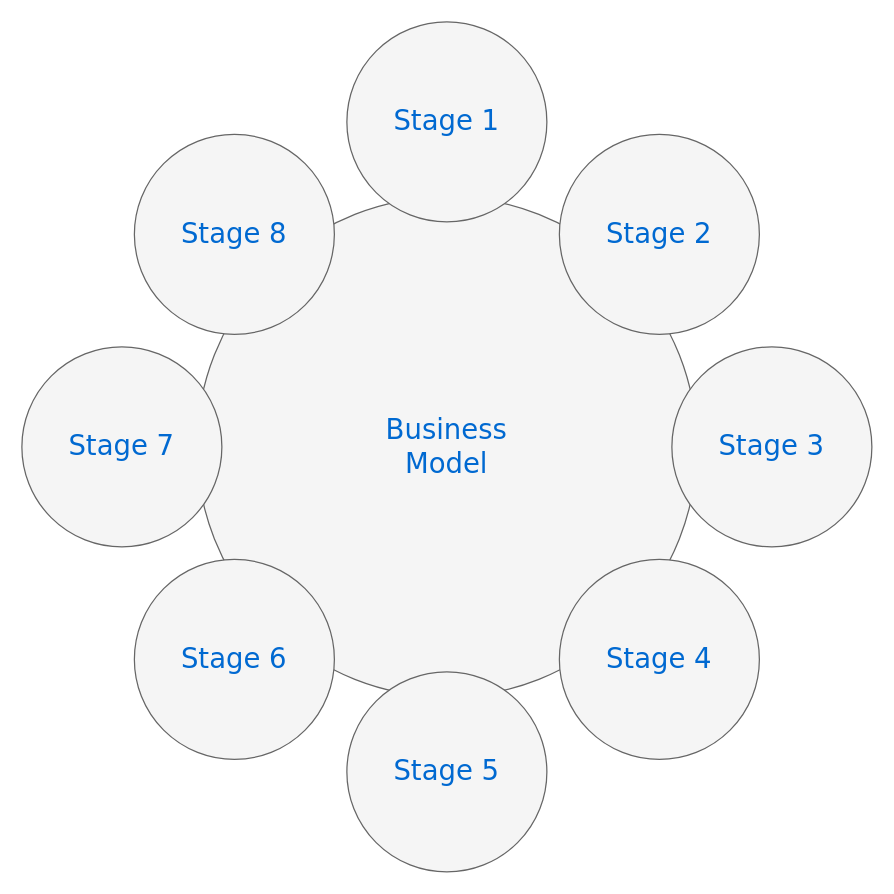
Before: Untitled Diagram.drawio in trianaja/andrea, a draw.io diagram. Source tidied: cells renumbered, new cells numbered last; positions are measured from the earlier drawing's top-left corner, leaving out a move shared by most shapes. Both pictures are drawn from the tidied source at 125%, with x=0, y=0 at pixel (21, 21).
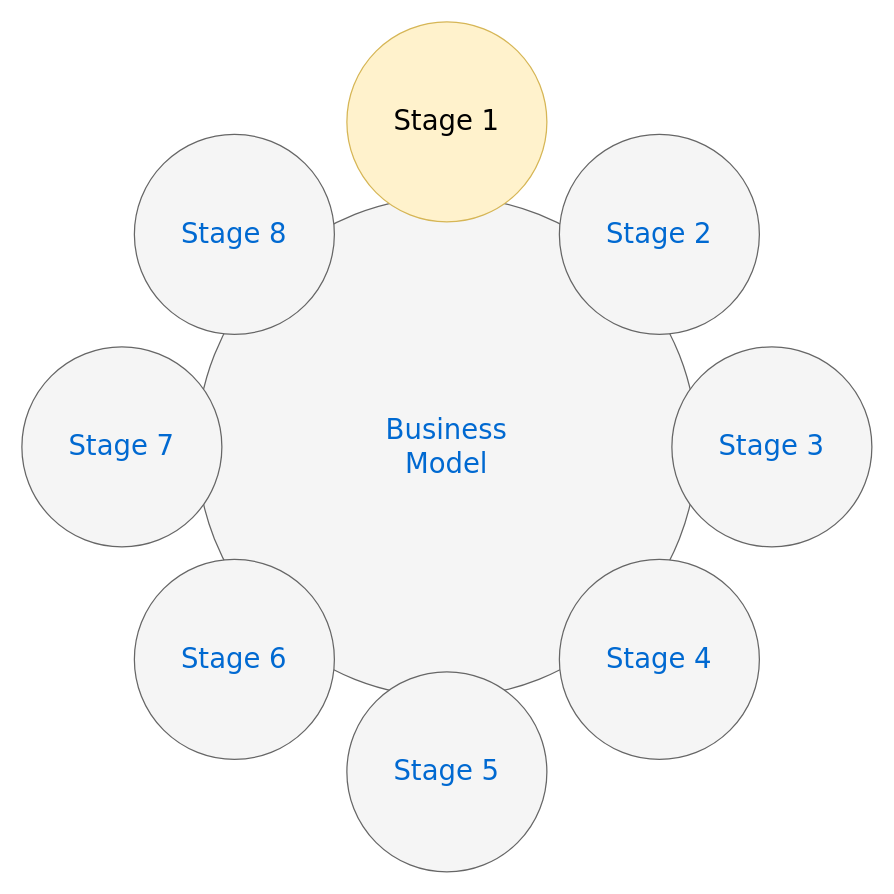
After the change.

Commit message:
andrea circulos

Change to the diagram source:
```diff
@@
 <mxGraphModel background="#ffffff">
   <root>
     <mxCell id="0" />
     <mxCell id="1" parent="0" />
     <mxCell id="2" value="Business&lt;div&gt;Model&lt;/div&gt;" style="ellipse;whiteSpace=wrap;html=1;rounded=0;shadow=0;dashed=0;comic=0;fontFamily=Verdana;fontSize=22;fontColor=#0069D1;fillColor=#f5f5f5;strokeColor=#666666;" parent="1" vertex="1">
       <mxGeometry x="140" y="140" width="400" height="400" as="geometry" />
     </mxCell>
-    <mxCell id="3" value="Stage 1" style="ellipse;whiteSpace=wrap;html=1;rounded=0;shadow=0;dashed=0;comic=0;fontFamily=Verdana;fontSize=22;fontColor=#0069D1;fillColor=#f5f5f5;strokeColor=#666666;" parent="1" vertex="1">
+    <mxCell id="3" value="Stage 1" style="ellipse;whiteSpace=wrap;html=1;rounded=0;shadow=0;dashed=0;comic=0;fontFamily=Verdana;fontSize=22;fillColor=#fff2cc;strokeColor=#d6b656;" parent="1" vertex="1">
       <mxGeometry x="260" width="160" height="160" as="geometry" />
     </mxCell>
     <mxCell id="4" value="Stage 5" style="ellipse;whiteSpace=wrap;html=1;rounded=0;shadow=0;dashed=0;comic=0;fontFamily=Verdana;fontSize=22;fontColor=#0069D1;fillColor=#f5f5f5;strokeColor=#666666;" parent="1" vertex="1">
       <mxGeometry x="260" y="520" width="160" height="160" as="geometry" />
     </mxCell>
     <mxCell id="5" value="Stage 3" style="ellipse;whiteSpace=wrap;html=1;rounded=0;shadow=0;dashed=0;comic=0;fontFamily=Verdana;fontSize=22;fontColor=#0069D1;fillColor=#f5f5f5;strokeColor=#666666;" parent="1" vertex="1">
       <mxGeometry x="520" y="260" width="160" height="160" as="geometry" />
     </mxCell>
     <mxCell id="6" value="Stage 7" style="ellipse;whiteSpace=wrap;html=1;rounded=0;shadow=0;dashed=0;comic=0;fontFamily=Verdana;fontSize=22;fontColor=#0069D1;fillColor=#f5f5f5;strokeColor=#666666;" parent="1" vertex="1">
       <mxGeometry y="260" width="160" height="160" as="geometry" />
     </mxCell>
     <mxCell id="7" value="Stage 8" style="ellipse;whiteSpace=wrap;html=1;rounded=0;shadow=0;dashed=0;comic=0;fontFamily=Verdana;fontSize=22;fontColor=#0069D1;fillColor=#f5f5f5;strokeColor=#666666;" parent="1" vertex="1">
       <mxGeometry x="90" y="90" width="160" height="160" as="geometry" />
     </mxCell>
     <mxCell id="8" value="Stage 2" style="ellipse;whiteSpace=wrap;html=1;rounded=0;shadow=0;dashed=0;comic=0;fontFamily=Verdana;fontSize=22;fontColor=#0069D1;fillColor=#f5f5f5;strokeColor=#666666;" parent="1" vertex="1">
       <mxGeometry x="430" y="90" width="160" height="160" as="geometry" />
     </mxCell>
     <mxCell id="9" value="Stage 4" style="ellipse;whiteSpace=wrap;html=1;rounded=0;shadow=0;dashed=0;comic=0;fontFamily=Verdana;fontSize=22;fontColor=#0069D1;fillColor=#f5f5f5;strokeColor=#666666;" parent="1" vertex="1">
       <mxGeometry x="430" y="430" width="160" height="160" as="geometry" />
     </mxCell>
     <mxCell id="10" value="Stage 6" style="ellipse;whiteSpace=wrap;html=1;rounded=0;shadow=0;dashed=0;comic=0;fontFamily=Verdana;fontSize=22;fontColor=#0069D1;fillColor=#f5f5f5;strokeColor=#666666;" parent="1" vertex="1">
       <mxGeometry x="90" y="430" width="160" height="160" as="geometry" />
     </mxCell>
   </root>
 </mxGraphModel>
```
